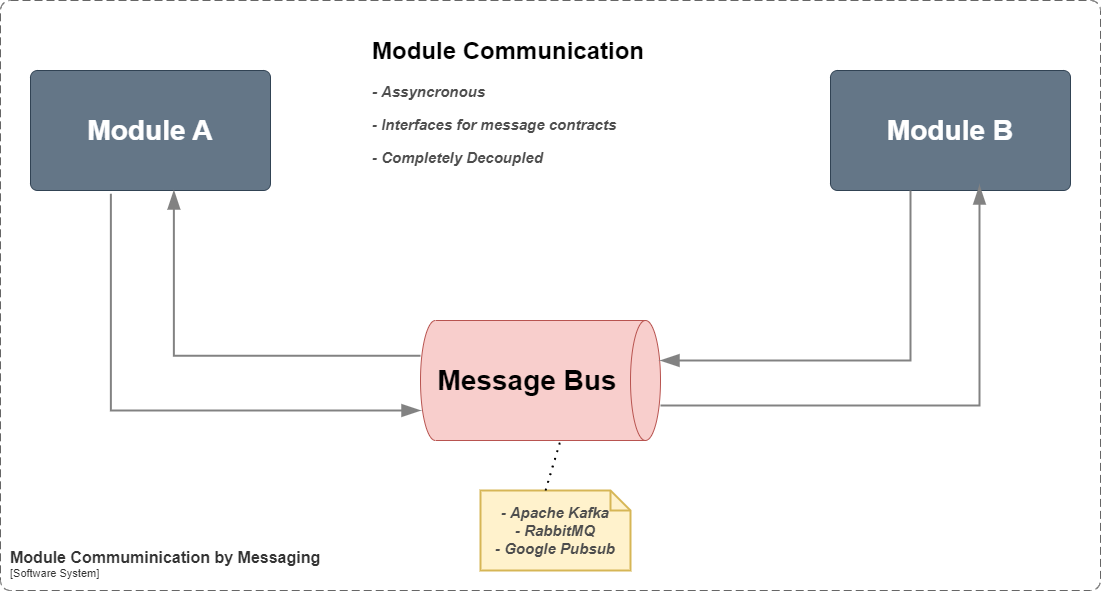
Above: docs/_diagrams/Communication by Messaging.png in ortizdavid/golang-modular-software (draw.io), before the change. Source tidied: cells renumbered, new cells last; positions are measured from the earlier drawing's top-left corner, leaving out a move shared by most shapes.
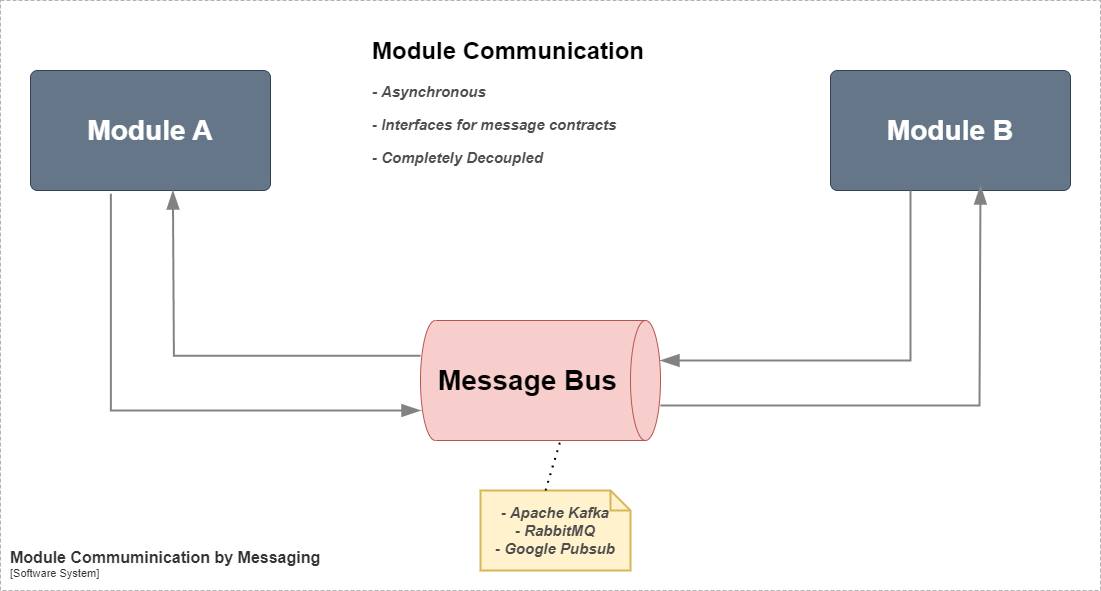
After the change.

Change to the diagram source:
```diff
@@ -3,7 +3,7 @@
     <mxCell id="0" />
     <mxCell id="1" parent="0" />
     <object id="2" label="&lt;font style=&quot;font-size: 16px&quot;&gt;&lt;b&gt;&lt;div style=&quot;text-align: left&quot;&gt;%c4Name%&lt;/div&gt;&lt;/b&gt;&lt;/font&gt;&lt;div style=&quot;text-align: left&quot;&gt;[%c4Application%]&lt;/div&gt;" c4Application="Software System" c4Name="Module Commuminication by Messaging" c4Type="SystemScopeBoundary" placeholders="1">
-      <mxCell style="rounded=1;fontSize=11;whiteSpace=wrap;html=1;dashed=1;arcSize=20;fillColor=none;strokeColor=#666666;fontColor=#333333;labelBackgroundColor=none;align=left;verticalAlign=bottom;labelBorderColor=none;spacingTop=0;spacing=10;dashPattern=8 4;perimeter=rectanglePerimeter;noLabel=0;labelPadding=0;absoluteArcSize=1;" parent="1" vertex="1">
+      <mxCell style="rounded=0;fontSize=11;whiteSpace=wrap;html=1;dashed=1;arcSize=20;fillColor=none;strokeColor=#666666;fontColor=#333333;labelBackgroundColor=none;align=left;verticalAlign=bottom;labelBorderColor=none;spacingTop=0;spacing=10;dashPattern=8 4;perimeter=rectanglePerimeter;noLabel=0;labelPadding=0;absoluteArcSize=1;strokeWidth=0.5;" parent="1" vertex="1">
         <mxGeometry width="1100" height="590" as="geometry" />
       </mxCell>
     </object>
@@ -71,7 +71,7 @@
         <mxPoint x="560" y="440" as="targetPoint" />
       </mxGeometry>
     </mxCell>
-    <mxCell id="12" value="&lt;h1 style=&quot;margin-top: 0px;&quot;&gt;Module Communication&lt;/h1&gt;&lt;p style=&quot;font-size: 15px;&quot;&gt;&lt;span style=&quot;color: rgb(77, 77, 77); font-size: 16px; font-style: italic; font-weight: 700; text-align: center;&quot;&gt;-&lt;/span&gt;&lt;font style=&quot;font-size: 15px;&quot;&gt;&lt;span style=&quot;color: rgb(77, 77, 77); font-style: italic; font-weight: 700; text-align: center;&quot;&gt; Assyncronous&lt;/span&gt;&lt;/font&gt;&lt;/p&gt;&lt;p style=&quot;font-size: 15px;&quot;&gt;&lt;font style=&quot;font-size: 15px;&quot;&gt;&lt;span style=&quot;color: rgb(77, 77, 77); font-style: italic; font-weight: 700; text-align: center;&quot;&gt;- Interfaces for message contracts&lt;/span&gt;&lt;/font&gt;&lt;/p&gt;&lt;p style=&quot;font-size: 15px;&quot;&gt;&lt;span style=&quot;background-color: initial; color: rgb(77, 77, 77); font-style: italic; font-weight: 700; text-align: center;&quot;&gt;- Completely Decoupled&lt;/span&gt;&lt;/p&gt;" style="text;html=1;whiteSpace=wrap;overflow=hidden;rounded=0;" parent="1" vertex="1">
+    <mxCell id="12" value="&lt;h1 style=&quot;margin-top: 0px;&quot;&gt;Module Communication&lt;/h1&gt;&lt;p style=&quot;font-size: 15px;&quot;&gt;&lt;span style=&quot;color: rgb(77, 77, 77); font-size: 16px; font-style: italic; font-weight: 700; text-align: center;&quot;&gt;-&lt;/span&gt;&lt;font style=&quot;font-size: 15px;&quot;&gt;&lt;span style=&quot;color: rgb(77, 77, 77); font-style: italic; font-weight: 700; text-align: center;&quot;&gt; Asynchronous&lt;/span&gt;&lt;/font&gt;&lt;/p&gt;&lt;p style=&quot;font-size: 15px;&quot;&gt;&lt;font style=&quot;font-size: 15px;&quot;&gt;&lt;span style=&quot;color: rgb(77, 77, 77); font-style: italic; font-weight: 700; text-align: center;&quot;&gt;- Interfaces for message contracts&lt;/span&gt;&lt;/font&gt;&lt;/p&gt;&lt;p style=&quot;font-size: 15px;&quot;&gt;&lt;span style=&quot;background-color: initial; color: rgb(77, 77, 77); font-style: italic; font-weight: 700; text-align: center;&quot;&gt;- Completely Decoupled&lt;/span&gt;&lt;/p&gt;" style="text;html=1;whiteSpace=wrap;overflow=hidden;rounded=0;" parent="1" vertex="1">
       <mxGeometry x="370" y="30" width="320" height="160" as="geometry" />
     </mxCell>
   </root>
```
